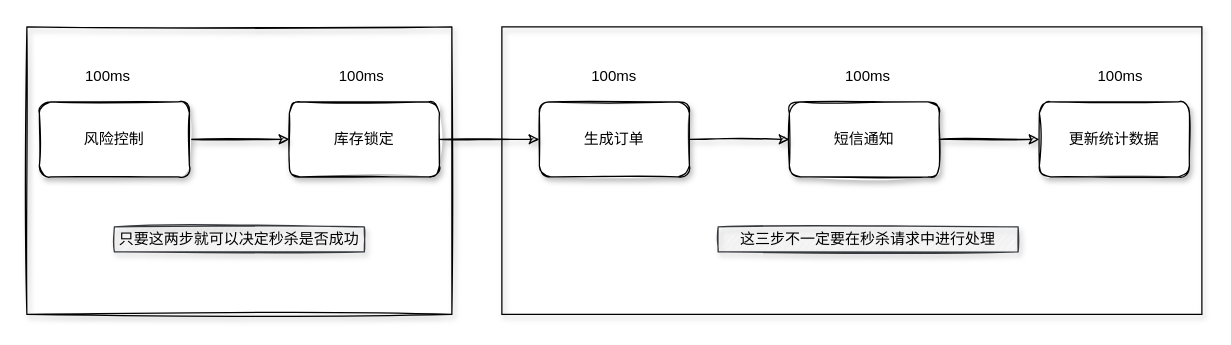
Above: 01.drawio in SoulBiuBiuBiu/Notebook (draw.io), before the change. Source tidied: cells renumbered, new cells numbered last; positions are measured from the earlier drawing's top-left corner, leaving out a move shared by most shapes. Both pictures are drawn from the tidied source at 125%, with x=0, y=0 at pixel (26, 26).
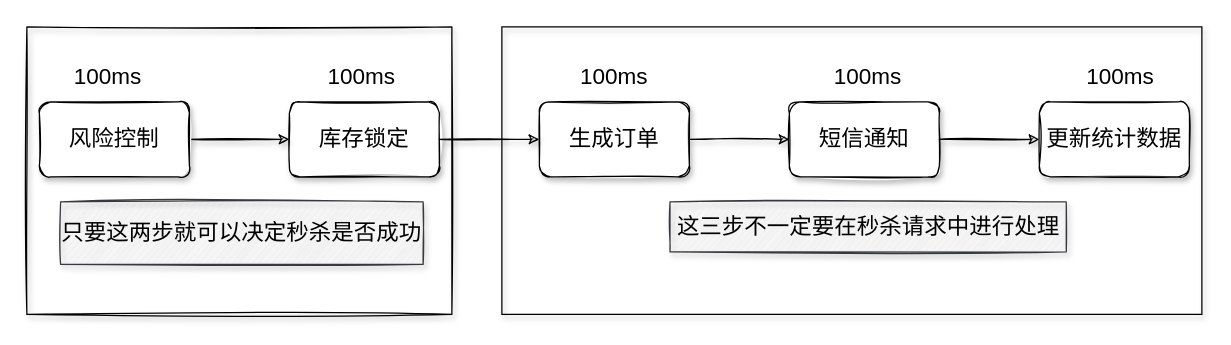
Above is the later version.

What changed in the source:
```diff
@@
-    <mxCell id="2" style="group;shadow=1;sketch=1;" parent="1" vertex="1">
+    <mxCell id="2" style="group;shadow=1;sketch=1;fontSize=18;" parent="1" vertex="1">
       <mxGeometry x="10" y="60" width="920" height="170" as="geometry" />
     </mxCell>
-    <mxCell id="3" value="库存锁定" style="whiteSpace=wrap;rounded=1;shadow=1;strokeWidth=1;glass=0;html=1;labelBorderColor=none;sketch=1;" parent="2" vertex="1">
+    <mxCell id="3" value="库存锁定" style="whiteSpace=wrap;rounded=1;shadow=1;strokeWidth=1;glass=0;html=1;labelBorderColor=none;sketch=1;fontSize=18;" parent="2" vertex="1">
       <mxGeometry x="200" width="120" height="60" as="geometry" />
     </mxCell>
-    <mxCell id="4" value="生成订单" style="whiteSpace=wrap;rounded=1;shadow=1;strokeWidth=1;glass=0;html=1;labelBorderColor=none;sketch=1;" parent="2" vertex="1">
+    <mxCell id="4" value="生成订单" style="whiteSpace=wrap;rounded=1;shadow=1;strokeWidth=1;glass=0;html=1;labelBorderColor=none;sketch=1;fontSize=18;" parent="2" vertex="1">
       <mxGeometry x="400" width="120" height="60" as="geometry" />
     </mxCell>
-    <mxCell id="5" style="edgeStyle=orthogonalEdgeStyle;rounded=0;jettySize=auto;html=1;labelBorderColor=none;shadow=1;sketch=1;" parent="2" edge="1" source="3" target="4">
+    <mxCell id="5" style="edgeStyle=orthogonalEdgeStyle;rounded=0;jettySize=auto;html=1;labelBorderColor=none;shadow=1;sketch=1;fontSize=18;" parent="2" edge="1" source="3" target="4">
       <mxGeometry relative="1" as="geometry" />
     </mxCell>
-    <mxCell id="6" value="短信通知" style="whiteSpace=wrap;rounded=1;shadow=1;strokeWidth=1;glass=0;html=1;labelBorderColor=none;sketch=1;" parent="2" vertex="1">
+    <mxCell id="6" value="短信通知" style="whiteSpace=wrap;rounded=1;shadow=1;strokeWidth=1;glass=0;html=1;labelBorderColor=none;sketch=1;fontSize=18;" parent="2" vertex="1">
       <mxGeometry x="600" width="120" height="60" as="geometry" />
     </mxCell>
-    <mxCell id="7" style="edgeStyle=orthogonalEdgeStyle;rounded=0;jettySize=auto;html=1;labelBorderColor=none;shadow=1;sketch=1;" parent="2" edge="1" source="4" target="6">
+    <mxCell id="7" style="edgeStyle=orthogonalEdgeStyle;rounded=0;jettySize=auto;html=1;labelBorderColor=none;shadow=1;sketch=1;fontSize=18;" parent="2" edge="1" source="4" target="6">
       <mxGeometry relative="1" as="geometry" />
     </mxCell>
-    <mxCell id="8" value="更新统计数据" style="whiteSpace=wrap;rounded=1;shadow=1;strokeWidth=1;glass=0;html=1;labelBorderColor=none;sketch=1;" parent="2" vertex="1">
+    <mxCell id="8" value="更新统计数据" style="whiteSpace=wrap;rounded=1;shadow=1;strokeWidth=1;glass=0;html=1;labelBorderColor=none;sketch=1;fontSize=18;" parent="2" vertex="1">
       <mxGeometry x="800" width="120" height="60" as="geometry" />
     </mxCell>
-    <mxCell id="9" style="edgeStyle=orthogonalEdgeStyle;rounded=0;jettySize=auto;html=1;labelBorderColor=none;shadow=1;sketch=1;" parent="2" edge="1" source="6" target="8">
+    <mxCell id="9" style="edgeStyle=orthogonalEdgeStyle;rounded=0;jettySize=auto;html=1;labelBorderColor=none;shadow=1;sketch=1;fontSize=18;" parent="2" edge="1" source="6" target="8">
       <mxGeometry relative="1" as="geometry" />
     </mxCell>
-    <mxCell id="10" style="edgeStyle=orthogonalEdgeStyle;rounded=0;jettySize=auto;html=1;shadow=1;sketch=1;" parent="2" edge="1" source="11" target="3">
+    <mxCell id="10" style="edgeStyle=orthogonalEdgeStyle;rounded=0;jettySize=auto;html=1;shadow=1;sketch=1;fontSize=18;" parent="2" edge="1" source="11" target="3">
       <mxGeometry relative="1" as="geometry" />
     </mxCell>
-    <mxCell id="11" value="风险控制" style="whiteSpace=wrap;rounded=1;shadow=1;strokeWidth=1;glass=0;html=1;labelBorderColor=none;sketch=1;" parent="2" vertex="1">
+    <mxCell id="11" value="风险控制" style="whiteSpace=wrap;rounded=1;shadow=1;strokeWidth=1;glass=0;html=1;labelBorderColor=none;sketch=1;fontSize=18;" parent="2" vertex="1">
       <mxGeometry width="120" height="60" as="geometry" />
     </mxCell>
-    <mxCell id="12" style="rounded=0;whiteSpace=wrap;html=1;shadow=1;fillColor=none;sketch=1;" parent="2" vertex="1">
+    <mxCell id="12" style="rounded=0;whiteSpace=wrap;html=1;shadow=1;fillColor=none;sketch=1;fontSize=18;" parent="2" vertex="1">
       <mxGeometry x="-10" y="-60" width="340" height="230" as="geometry" />
     </mxCell>
+    <mxCell id="18" value="只要这两步就可以决定秒杀是否成功" style="text;html=1;strokeColor=#36393d;fillColor=#eeeeee;align=center;verticalAlign=middle;whiteSpace=wrap;rounded=0;shadow=1;sketch=1;fontSize=18;" parent="2" vertex="1">
+      <mxGeometry x="17" y="80" width="290" height="50" as="geometry" />
+    </mxCell>
-    <mxCell id="13" value="100ms" style="text;html=1;strokeColor=none;fillColor=none;align=center;verticalAlign=middle;whiteSpace=wrap;rounded=0;shadow=1;sketch=1;" parent="1" vertex="1">
+    <mxCell id="13" value="100ms" style="text;html=1;strokeColor=none;fillColor=none;align=center;verticalAlign=middle;whiteSpace=wrap;rounded=0;shadow=1;sketch=1;fontSize=18;" parent="1" vertex="1">
       <mxGeometry x="248" y="30" width="40" height="20" as="geometry" />
     </mxCell>
-    <mxCell id="14" value="100ms" style="text;html=1;strokeColor=none;fillColor=none;align=center;verticalAlign=middle;whiteSpace=wrap;rounded=0;shadow=1;sketch=1;" parent="1" vertex="1">
+    <mxCell id="14" value="100ms" style="text;html=1;strokeColor=none;fillColor=none;align=center;verticalAlign=middle;whiteSpace=wrap;rounded=0;shadow=1;sketch=1;fontSize=18;" parent="1" vertex="1">
       <mxGeometry x="450" y="30" width="40" height="20" as="geometry" />
     </mxCell>
-    <mxCell id="15" value="100ms" style="text;html=1;strokeColor=none;fillColor=none;align=center;verticalAlign=middle;whiteSpace=wrap;rounded=0;shadow=1;sketch=1;" parent="1" vertex="1">
+    <mxCell id="15" value="100ms" style="text;html=1;strokeColor=none;fillColor=none;align=center;verticalAlign=middle;whiteSpace=wrap;rounded=0;shadow=1;sketch=1;fontSize=18;" parent="1" vertex="1">
       <mxGeometry x="653" y="30" width="40" height="20" as="geometry" />
     </mxCell>
-    <mxCell id="16" value="100ms" style="text;html=1;strokeColor=none;fillColor=none;align=center;verticalAlign=middle;whiteSpace=wrap;rounded=0;shadow=1;sketch=1;" parent="1" vertex="1">
+    <mxCell id="16" value="100ms" style="text;html=1;strokeColor=none;fillColor=none;align=center;verticalAlign=middle;whiteSpace=wrap;rounded=0;shadow=1;sketch=1;fontSize=18;" parent="1" vertex="1">
       <mxGeometry x="855" y="30" width="40" height="20" as="geometry" />
     </mxCell>
-    <mxCell id="17" value="100ms" style="text;html=1;strokeColor=none;fillColor=none;align=center;verticalAlign=middle;whiteSpace=wrap;rounded=0;shadow=1;sketch=1;" parent="1" vertex="1">
+    <mxCell id="17" value="100ms" style="text;html=1;strokeColor=none;fillColor=none;align=center;verticalAlign=middle;whiteSpace=wrap;rounded=0;shadow=1;sketch=1;fontSize=18;" parent="1" vertex="1">
       <mxGeometry x="45" y="30" width="40" height="20" as="geometry" />
     </mxCell>
-    <mxCell id="18" value="只要这两步就可以决定秒杀是否成功" style="text;html=1;strokeColor=#36393d;fillColor=#eeeeee;align=center;verticalAlign=middle;whiteSpace=wrap;rounded=0;shadow=1;sketch=1;" parent="1" vertex="1">
-      <mxGeometry x="70" y="160" width="200" height="20" as="geometry" />
-    </mxCell>
-    <mxCell id="19" style="rounded=0;whiteSpace=wrap;html=1;shadow=1;fillColor=none;" parent="1" vertex="1">
+    <mxCell id="19" style="rounded=0;whiteSpace=wrap;html=1;shadow=1;fillColor=none;fontSize=18;" parent="1" vertex="1">
       <mxGeometry x="380" width="560" height="230" as="geometry" />
     </mxCell>
-    <mxCell id="20" value="这三步不一定要在秒杀请求中进行处理" style="text;html=1;strokeColor=#36393d;fillColor=#eeeeee;align=center;verticalAlign=middle;whiteSpace=wrap;rounded=0;shadow=1;sketch=1;" parent="1" vertex="1">
-      <mxGeometry x="553" y="160" width="240" height="20" as="geometry" />
+    <mxCell id="20" value="这三步不一定要在秒杀请求中进行处理" style="text;html=1;strokeColor=#36393d;fillColor=#eeeeee;align=center;verticalAlign=middle;whiteSpace=wrap;rounded=0;shadow=1;sketch=1;fontSize=18;" parent="1" vertex="1">
+      <mxGeometry x="514.5" y="140" width="317" height="40" as="geometry" />
     </mxCell>
```
